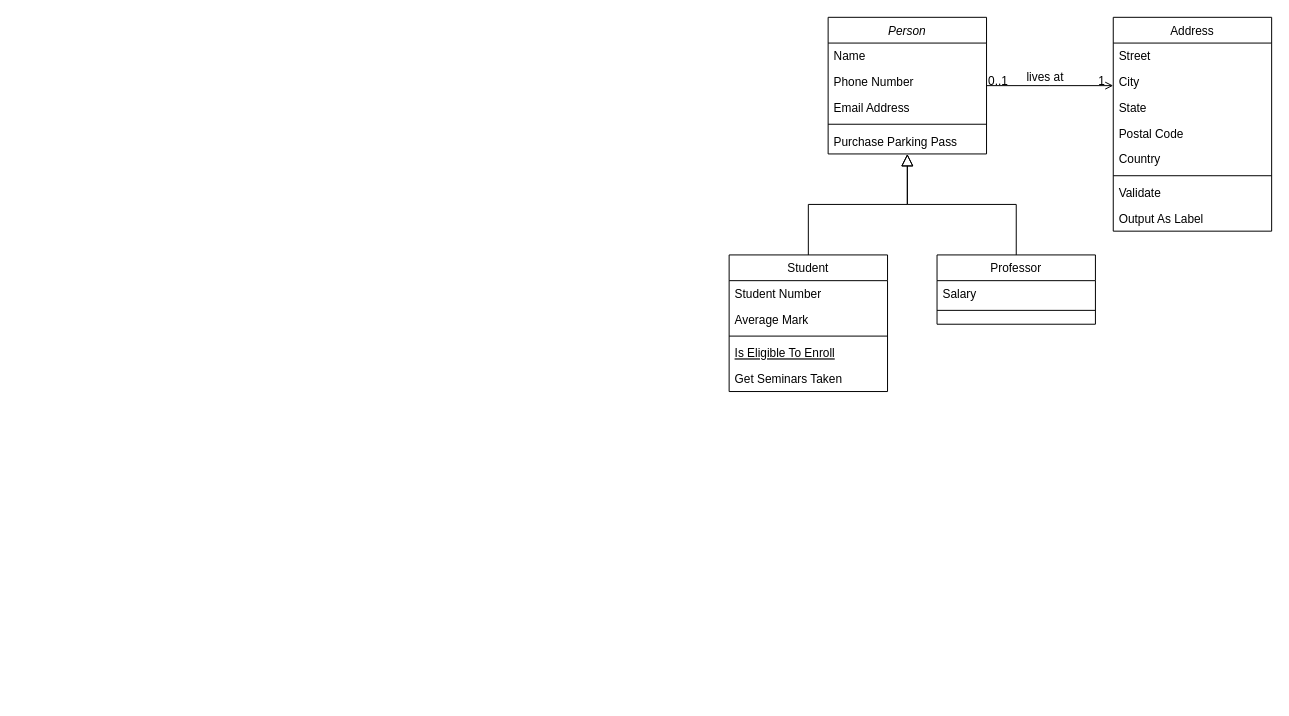
Before: Class Diagram Ivan.drawio in johannfac/A-Lone-Burglar, a draw.io diagram. Source tidied: cells renumbered, new cells numbered last; positions are measured from the earlier drawing's top-left corner, leaving out a move shared by most shapes. Both pictures are drawn from the tidied source at 99%, with x=0, y=0 at pixel (729, 17).
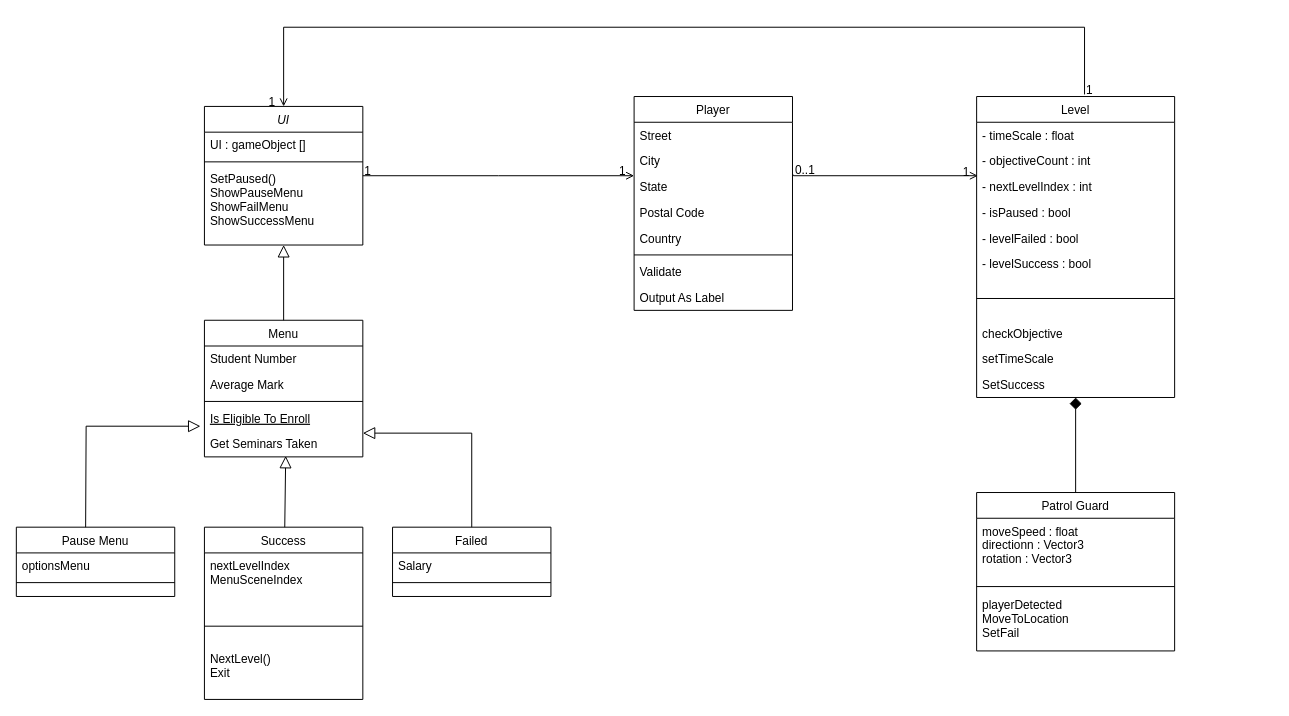
After the change.

Unchanged cells that the change refers to:
```xml
<mxCell id="12" value="Is Eligible To Enroll" style="text;align=left;verticalAlign=top;spacingLeft=4;spacingRight=4;overflow=hidden;points=[[0,0.5],[1,0.5]];portConstraint=eastwest;fontStyle=4;" parent="8" vertex="1">
  <mxGeometry y="86" width="160" height="26" as="geometry" />
</mxCell>
<mxCell id="13" value="Get Seminars Taken" style="text;align=left;verticalAlign=top;spacingLeft=4;spacingRight=4;overflow=hidden;points=[[0,0.5],[1,0.5]];portConstraint=eastwest;" parent="8" vertex="1">
  <mxGeometry y="112" width="160" height="26" as="geometry" />
</mxCell>
<mxCell id="22" value="State" style="text;align=left;verticalAlign=top;spacingLeft=4;spacingRight=4;overflow=hidden;points=[[0,0.5],[1,0.5]];portConstraint=eastwest;rounded=0;shadow=0;html=0;" parent="19" vertex="1">
  <mxGeometry y="78" width="160" height="26" as="geometry" />
</mxCell>
<mxCell id="28" style="endArrow=open;shadow=0;strokeWidth=1;rounded=0;endFill=1;edgeStyle=elbowEdgeStyle;elbow=vertical;" parent="1" edge="1" source="2" target="19">
  <mxGeometry x="0.5" y="41" relative="1" as="geometry">
    <mxPoint x="-40" y="32" as="offset" />
  </mxGeometry>
</mxCell>
```

Change to the diagram source:
```diff
@@
-    <mxCell id="2" value="Person" style="swimlane;fontStyle=2;align=center;verticalAlign=top;horizontal=1;startSize=26;rounded=0;shadow=0;strokeWidth=1;" parent="1" vertex="1">
-      <mxGeometry x="100" width="160" height="138" as="geometry" />
+    <mxCell id="2" value="UI" style="swimlane;fontStyle=2;align=center;verticalAlign=top;horizontal=1;startSize=26;rounded=0;shadow=0;strokeWidth=1;" parent="1" vertex="1">
+      <mxGeometry x="-530" y="90" width="160" height="140" as="geometry" />
     </mxCell>
-    <mxCell id="3" value="Name" style="text;align=left;verticalAlign=top;spacingLeft=4;spacingRight=4;overflow=hidden;" parent="2" vertex="1">
+    <mxCell id="3" value="UI : gameObject []" style="text;align=left;verticalAlign=top;spacingLeft=4;spacingRight=4;overflow=hidden;" parent="2" vertex="1">
       <mxGeometry y="26" width="160" height="26" as="geometry" />
     </mxCell>
-    <mxCell id="4" value="Phone Number" style="text;align=left;verticalAlign=top;spacingLeft=4;spacingRight=4;overflow=hidden;rounded=0;shadow=0;html=0;" parent="2" vertex="1">
-      <mxGeometry y="52" width="160" height="26" as="geometry" />
-    </mxCell>
-    <mxCell id="5" value="Email Address" style="text;align=left;verticalAlign=top;spacingLeft=4;spacingRight=4;overflow=hidden;rounded=0;shadow=0;html=0;" parent="2" vertex="1">
-      <mxGeometry y="78" width="160" height="26" as="geometry" />
-    </mxCell>
     <mxCell id="6" style="line;html=1;strokeWidth=1;align=left;verticalAlign=middle;spacingTop=-1;spacingLeft=3;spacingRight=3;labelPosition=right;" parent="2" vertex="1">
-      <mxGeometry y="104" width="160" height="8" as="geometry" />
+      <mxGeometry y="52" width="160" height="8" as="geometry" />
     </mxCell>
-    <mxCell id="7" value="Purchase Parking Pass" style="text;align=left;verticalAlign=top;spacingLeft=4;spacingRight=4;overflow=hidden;points=[[0,0.5],[1,0.5]];portConstraint=eastwest;" parent="2" vertex="1">
-      <mxGeometry y="112" width="160" height="26" as="geometry" />
+    <mxCell id="7" value="SetPaused()&#10;ShowPauseMenu&#10;ShowFailMenu&#10;ShowSuccessMenu" style="text;align=left;verticalAlign=top;spacingLeft=4;spacingRight=4;overflow=hidden;points=[[0,0.5],[1,0.5]];portConstraint=eastwest;" parent="2" vertex="1">
+      <mxGeometry y="60" width="160" height="80" as="geometry" />
     </mxCell>
-    <mxCell id="8" value="Student" style="swimlane;fontStyle=0;align=center;verticalAlign=top;horizontal=1;startSize=26;rounded=0;shadow=0;strokeWidth=1;" parent="1" vertex="1">
-      <mxGeometry y="240" width="160" height="138" as="geometry" />
+    <mxCell id="8" value="Menu" style="swimlane;fontStyle=0;align=center;verticalAlign=top;horizontal=1;startSize=26;rounded=0;shadow=0;strokeWidth=1;" parent="1" vertex="1">
+      <mxGeometry x="-530" y="306" width="160" height="138" as="geometry" />
     </mxCell>
@@
-    <mxCell id="14" style="endArrow=block;endSize=10;endFill=0;shadow=0;strokeWidth=1;rounded=0;edgeStyle=elbowEdgeStyle;elbow=vertical;" parent="1" edge="1" source="8" target="2">
+    <mxCell id="14" style="endArrow=block;endSize=10;endFill=0;shadow=0;strokeWidth=1;rounded=0;elbow=vertical;exitX=0.5;exitY=0;exitDx=0;exitDy=0;" parent="1" edge="1" source="8" target="7">
       <mxGeometry relative="1" as="geometry" />
     </mxCell>
-    <mxCell id="15" value="Professor" style="swimlane;fontStyle=0;align=center;verticalAlign=top;horizontal=1;startSize=26;rounded=0;shadow=0;strokeWidth=1;" parent="1" vertex="1">
-      <mxGeometry x="210" y="240" width="160" height="70" as="geometry" />
+    <mxCell id="15" value="Success" style="swimlane;fontStyle=0;align=center;verticalAlign=top;horizontal=1;startSize=26;rounded=0;shadow=0;strokeWidth=1;" parent="1" vertex="1">
+      <mxGeometry x="-530" y="515" width="160" height="174" as="geometry" />
     </mxCell>
-    <mxCell id="16" value="Salary" style="text;align=left;verticalAlign=top;spacingLeft=4;spacingRight=4;overflow=hidden;" parent="15" vertex="1">
-      <mxGeometry y="26" width="160" height="26" as="geometry" />
+    <mxCell id="16" value="nextLevelIndex&#10;MenuSceneIndex" style="text;align=left;verticalAlign=top;spacingLeft=4;spacingRight=4;overflow=hidden;" parent="15" vertex="1">
+      <mxGeometry y="26" width="160" height="54" as="geometry" />
     </mxCell>
     <mxCell id="17" style="line;html=1;strokeWidth=1;align=left;verticalAlign=middle;spacingTop=-1;spacingLeft=3;spacingRight=3;labelPosition=right;" parent="15" vertex="1">
-      <mxGeometry y="52" width="160" height="8" as="geometry" />
+      <mxGeometry y="80" width="160" height="40" as="geometry" />
     </mxCell>
+    <mxCell id="32" value="NextLevel()&#10;Exit" style="text;align=left;verticalAlign=top;spacingLeft=4;spacingRight=4;overflow=hidden;" parent="15" vertex="1">
+      <mxGeometry y="120" width="160" height="54" as="geometry" />
+    </mxCell>
-    <mxCell id="18" style="endArrow=block;endSize=10;endFill=0;shadow=0;strokeWidth=1;rounded=0;edgeStyle=elbowEdgeStyle;elbow=vertical;" parent="1" edge="1" source="15" target="2">
+    <mxCell id="18" style="endArrow=block;endSize=10;endFill=0;shadow=0;strokeWidth=1;rounded=0;elbow=vertical;entryX=0.513;entryY=0.962;entryDx=0;entryDy=0;entryPerimeter=0;" parent="1" edge="1" source="15" target="13">
       <mxGeometry relative="1" as="geometry" />
     </mxCell>
-    <mxCell id="19" value="Address" style="swimlane;fontStyle=0;align=center;verticalAlign=top;horizontal=1;startSize=26;rounded=0;shadow=0;strokeWidth=1;" parent="1" vertex="1">
-      <mxGeometry x="388" width="160" height="216" as="geometry" />
+    <mxCell id="19" value="Player" style="swimlane;fontStyle=0;align=center;verticalAlign=top;horizontal=1;startSize=26;rounded=0;shadow=0;strokeWidth=1;" parent="1" vertex="1">
+      <mxGeometry x="-96" y="80" width="160" height="216" as="geometry" />
     </mxCell>
@@
-    <mxCell id="29" value="0..1" style="align=left;verticalAlign=bottom;labelBackgroundColor=none;fontSize=12;" parent="28" vertex="1">
+    <mxCell id="29" value="1" style="align=left;verticalAlign=bottom;labelBackgroundColor=none;fontSize=12;" parent="28" vertex="1">
       <mxGeometry x="-1" relative="1" as="geometry">
         <mxPoint y="4" as="offset" />
       </mxGeometry>
     </mxCell>
@@
-    <mxCell id="31" value="lives at" style="text;html=1;align=center;verticalAlign=middle;labelBackgroundColor=none;rounded=0;shadow=0;strokeWidth=1;fontSize=12;" parent="28" vertex="1">
-      <mxGeometry x="0.5" y="49" relative="1" as="geometry">
-        <mxPoint x="-38" y="40" as="offset" />
-      </mxGeometry>
-    </mxCell>
+    <mxCell id="33" value="Pause Menu" style="swimlane;fontStyle=0;align=center;verticalAlign=top;horizontal=1;startSize=26;rounded=0;shadow=0;strokeWidth=1;" parent="1" vertex="1">
+      <mxGeometry x="-720" y="515" width="160" height="70" as="geometry" />
+    </mxCell>
+    <mxCell id="34" value="optionsMenu" style="text;align=left;verticalAlign=top;spacingLeft=4;spacingRight=4;overflow=hidden;" parent="33" vertex="1">
+      <mxGeometry y="26" width="160" height="26" as="geometry" />
+    </mxCell>
+    <mxCell id="35" style="line;html=1;strokeWidth=1;align=left;verticalAlign=middle;spacingTop=-1;spacingLeft=3;spacingRight=3;labelPosition=right;" parent="33" vertex="1">
+      <mxGeometry y="52" width="160" height="8" as="geometry" />
+    </mxCell>
+    <mxCell id="36" value="Failed" style="swimlane;fontStyle=0;align=center;verticalAlign=top;horizontal=1;startSize=26;rounded=0;shadow=0;strokeWidth=1;" parent="1" vertex="1">
+      <mxGeometry x="-340" y="515" width="160" height="70" as="geometry" />
+    </mxCell>
+    <mxCell id="37" value="Salary" style="text;align=left;verticalAlign=top;spacingLeft=4;spacingRight=4;overflow=hidden;" parent="36" vertex="1">
+      <mxGeometry y="26" width="160" height="26" as="geometry" />
+    </mxCell>
+    <mxCell id="38" style="line;html=1;strokeWidth=1;align=left;verticalAlign=middle;spacingTop=-1;spacingLeft=3;spacingRight=3;labelPosition=right;" parent="36" vertex="1">
+      <mxGeometry y="52" width="160" height="8" as="geometry" />
+    </mxCell>
+    <mxCell id="39" value="Level" style="swimlane;fontStyle=0;align=center;verticalAlign=top;horizontal=1;startSize=26;rounded=0;shadow=0;strokeWidth=1;" parent="1" vertex="1">
+      <mxGeometry x="250" y="80" width="200" height="304" as="geometry" />
+    </mxCell>
+    <mxCell id="40" value="- timeScale : float" style="text;align=left;verticalAlign=top;spacingLeft=4;spacingRight=4;overflow=hidden;" parent="39" vertex="1">
+      <mxGeometry y="26" width="200" height="26" as="geometry" />
+    </mxCell>
+    <mxCell id="41" value="- objectiveCount : int" style="text;align=left;verticalAlign=top;spacingLeft=4;spacingRight=4;overflow=hidden;rounded=0;shadow=0;html=0;" parent="39" vertex="1">
+      <mxGeometry y="52" width="200" height="26" as="geometry" />
+    </mxCell>
+    <mxCell id="42" value="- nextLevelIndex : int" style="text;align=left;verticalAlign=top;spacingLeft=4;spacingRight=4;overflow=hidden;points=[[0,0.5],[1,0.5]];portConstraint=eastwest;rounded=0;shadow=0;html=0;" parent="39" vertex="1">
+      <mxGeometry y="78" width="200" height="26" as="geometry" />
+    </mxCell>
+    <mxCell id="43" value="- isPaused : bool" style="text;align=left;verticalAlign=top;spacingLeft=4;spacingRight=4;overflow=hidden;rounded=0;shadow=0;html=0;" parent="39" vertex="1">
+      <mxGeometry y="104" width="200" height="26" as="geometry" />
+    </mxCell>
+    <mxCell id="44" value="- levelFailed : bool" style="text;align=left;verticalAlign=top;spacingLeft=4;spacingRight=4;overflow=hidden;rounded=0;shadow=0;html=0;" parent="39" vertex="1">
+      <mxGeometry y="130" width="200" height="26" as="geometry" />
+    </mxCell>
+    <mxCell id="45" value="- levelSuccess : bool" style="text;align=left;verticalAlign=top;spacingLeft=4;spacingRight=4;overflow=hidden;rounded=0;shadow=0;html=0;" parent="39" vertex="1">
+      <mxGeometry y="156" width="200" height="26" as="geometry" />
+    </mxCell>
+    <mxCell id="46" style="line;html=1;strokeWidth=1;align=left;verticalAlign=middle;spacingTop=-1;spacingLeft=3;spacingRight=3;labelPosition=right;" parent="39" vertex="1">
+      <mxGeometry y="182" width="200" height="44" as="geometry" />
+    </mxCell>
+    <mxCell id="47" value="checkObjective" style="text;align=left;verticalAlign=top;spacingLeft=4;spacingRight=4;overflow=hidden;" parent="39" vertex="1">
+      <mxGeometry y="226" width="200" height="26" as="geometry" />
+    </mxCell>
+    <mxCell id="48" value="setTimeScale" style="text;align=left;verticalAlign=top;spacingLeft=4;spacingRight=4;overflow=hidden;" parent="39" vertex="1">
+      <mxGeometry y="252" width="200" height="26" as="geometry" />
+    </mxCell>
+    <mxCell id="49" value="SetSuccess" style="text;align=left;verticalAlign=top;spacingLeft=4;spacingRight=4;overflow=hidden;points=[[0,0.5],[1,0.5]];portConstraint=eastwest;" parent="39" vertex="1">
+      <mxGeometry y="278" width="200" height="26" as="geometry" />
+    </mxCell>
+    <mxCell id="50" style="endArrow=open;shadow=0;strokeWidth=1;rounded=0;endFill=1;edgeStyle=elbowEdgeStyle;elbow=vertical;entryX=0.006;entryY=0.115;entryDx=0;entryDy=0;entryPerimeter=0;exitX=1.006;exitY=0.038;exitDx=0;exitDy=0;exitPerimeter=0;" parent="1" edge="1" source="22" target="42">
+      <mxGeometry x="0.5" y="41" relative="1" as="geometry">
+        <mxPoint x="-40" y="32" as="offset" />
+      </mxGeometry>
+    </mxCell>
+    <mxCell id="51" value="0..1" style="align=left;verticalAlign=bottom;labelBackgroundColor=none;fontSize=12;" parent="50" vertex="1">
+      <mxGeometry x="-1" relative="1" as="geometry">
+        <mxPoint y="4" as="offset" />
+      </mxGeometry>
+    </mxCell>
+    <mxCell id="52" value="1" style="align=right;verticalAlign=bottom;labelBackgroundColor=none;fontSize=12;" parent="50" vertex="1">
+      <mxGeometry x="1" relative="1" as="geometry">
+        <mxPoint x="-7" y="4" as="offset" />
+      </mxGeometry>
+    </mxCell>
+    <mxCell id="53" value="Patrol Guard" style="swimlane;fontStyle=0;align=center;verticalAlign=top;horizontal=1;startSize=26;rounded=0;shadow=0;strokeWidth=1;" parent="1" vertex="1">
+      <mxGeometry x="250" y="480" width="200" height="160" as="geometry" />
+    </mxCell>
+    <mxCell id="54" value="moveSpeed : float&#10;directionn : Vector3&#10;rotation : Vector3" style="text;align=left;verticalAlign=top;spacingLeft=4;spacingRight=4;overflow=hidden;" parent="53" vertex="1">
+      <mxGeometry y="26" width="200" height="64" as="geometry" />
+    </mxCell>
+    <mxCell id="55" style="line;html=1;strokeWidth=1;align=left;verticalAlign=middle;spacingTop=-1;spacingLeft=3;spacingRight=3;labelPosition=right;" parent="53" vertex="1">
+      <mxGeometry y="90" width="200" height="10" as="geometry" />
+    </mxCell>
+    <mxCell id="56" value="playerDetected&#10;MoveToLocation&#10;SetFail" style="text;align=left;verticalAlign=top;spacingLeft=4;spacingRight=4;overflow=hidden;" parent="53" vertex="1">
+      <mxGeometry y="100" width="200" as="geometry" />
+    </mxCell>
+    <mxCell id="57" style="endArrow=diamond;endSize=10;endFill=1;shadow=0;strokeWidth=1;rounded=0;elbow=vertical;exitX=0.5;exitY=0;exitDx=0;exitDy=0;entryX=0.5;entryY=1;entryDx=0;entryDy=0;entryPerimeter=0;" parent="1" edge="1" source="53" target="49">
+      <mxGeometry relative="1" as="geometry" />
+    </mxCell>
+    <mxCell id="58" style="endArrow=open;shadow=0;strokeWidth=1;rounded=0;endFill=1;edgeStyle=elbowEdgeStyle;elbow=vertical;exitX=0.545;exitY=-0.007;exitDx=0;exitDy=0;exitPerimeter=0;entryX=0.5;entryY=0;entryDx=0;entryDy=0;" parent="1" edge="1" source="39" target="2">
+      <mxGeometry x="0.5" y="41" relative="1" as="geometry">
+        <Array as="points">
+          <mxPoint x="-40" y="10" />
+        </Array>
+        <mxPoint x="-40" y="32" as="offset" />
+      </mxGeometry>
+    </mxCell>
+    <mxCell id="59" value="1" style="align=left;verticalAlign=bottom;labelBackgroundColor=none;fontSize=12;" parent="58" vertex="1">
+      <mxGeometry x="-1" relative="1" as="geometry">
+        <mxPoint y="4" as="offset" />
+      </mxGeometry>
+    </mxCell>
+    <mxCell id="60" value="1" style="align=right;verticalAlign=bottom;labelBackgroundColor=none;fontSize=12;" parent="58" vertex="1">
+      <mxGeometry x="1" relative="1" as="geometry">
+        <mxPoint x="-7" y="4" as="offset" />
+      </mxGeometry>
+    </mxCell>
+    <mxCell id="61" style="endArrow=block;endSize=10;endFill=0;shadow=0;strokeWidth=1;rounded=0;elbow=vertical;entryX=-0.025;entryY=0.808;entryDx=0;entryDy=0;entryPerimeter=0;edgeStyle=orthogonalEdgeStyle;" parent="1" edge="1" target="12">
+      <mxGeometry relative="1" as="geometry">
+        <mxPoint x="-650" y="515" as="sourcePoint" />
+      </mxGeometry>
+    </mxCell>
+    <mxCell id="62" style="endArrow=block;endSize=10;endFill=0;shadow=0;strokeWidth=1;rounded=0;elbow=vertical;edgeStyle=orthogonalEdgeStyle;exitX=0.5;exitY=0;exitDx=0;exitDy=0;" parent="1" edge="1" source="36">
+      <mxGeometry relative="1" as="geometry">
+        <mxPoint x="-370" y="420" as="targetPoint" />
+        <Array as="points">
+          <mxPoint x="-260" y="420" />
+        </Array>
+      </mxGeometry>
+    </mxCell>
```
